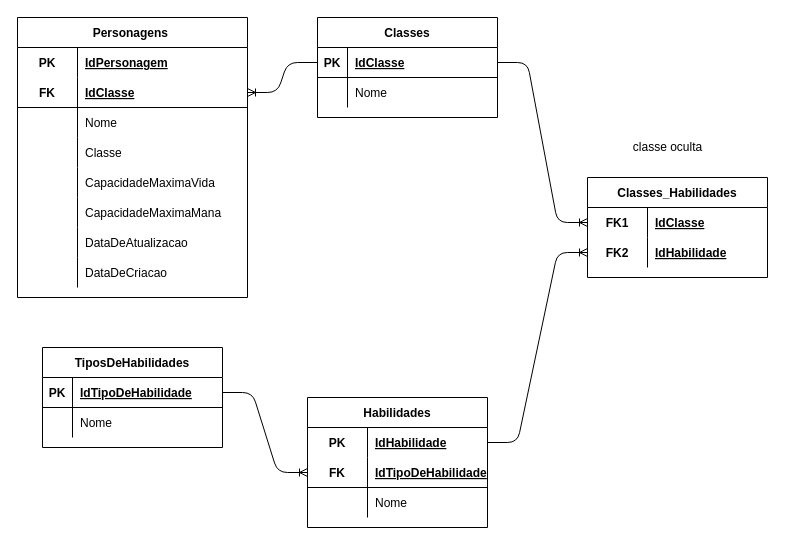
Earlier version of the draw.io diagram page "Logico" (2 of 2) of Desafios/SENAI_HROADS_MANHA/SENAI_HROADS_MANHA-Modelos.drawio (enzzo-dev/senai_2termo_bd). Source tidied: cells renumbered, new cells numbered last; positions are measured from the earlier drawing's top-left corner, leaving out a move shared by most shapes. Both pictures are drawn from the tidied source at 100%, with x=0, y=0 at pixel (17, 17).
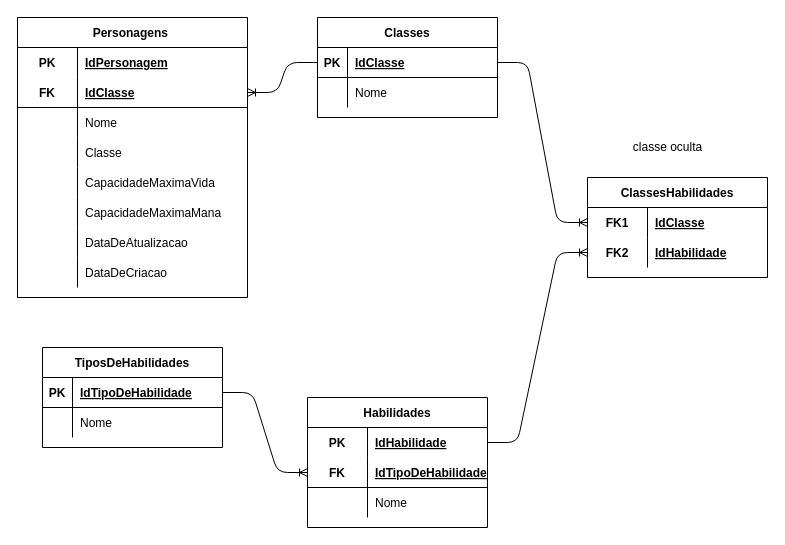
After the change.

Diff of the diagram source:
```diff
@@
-    <mxCell id="53" value="Classes_Habilidades" style="shape=table;startSize=30;childLayout=tableLayout;rowLines=0;fontStyle=1;align=center;" parent="1" vertex="1">
+    <mxCell id="53" value="ClassesHabilidades" style="shape=table;startSize=30;childLayout=tableLayout;rowLines=0;fontStyle=1;align=center;" parent="1" vertex="1">
       <mxGeometry x="570" y="160" width="180" height="100" as="geometry" />
     </mxCell>
```
